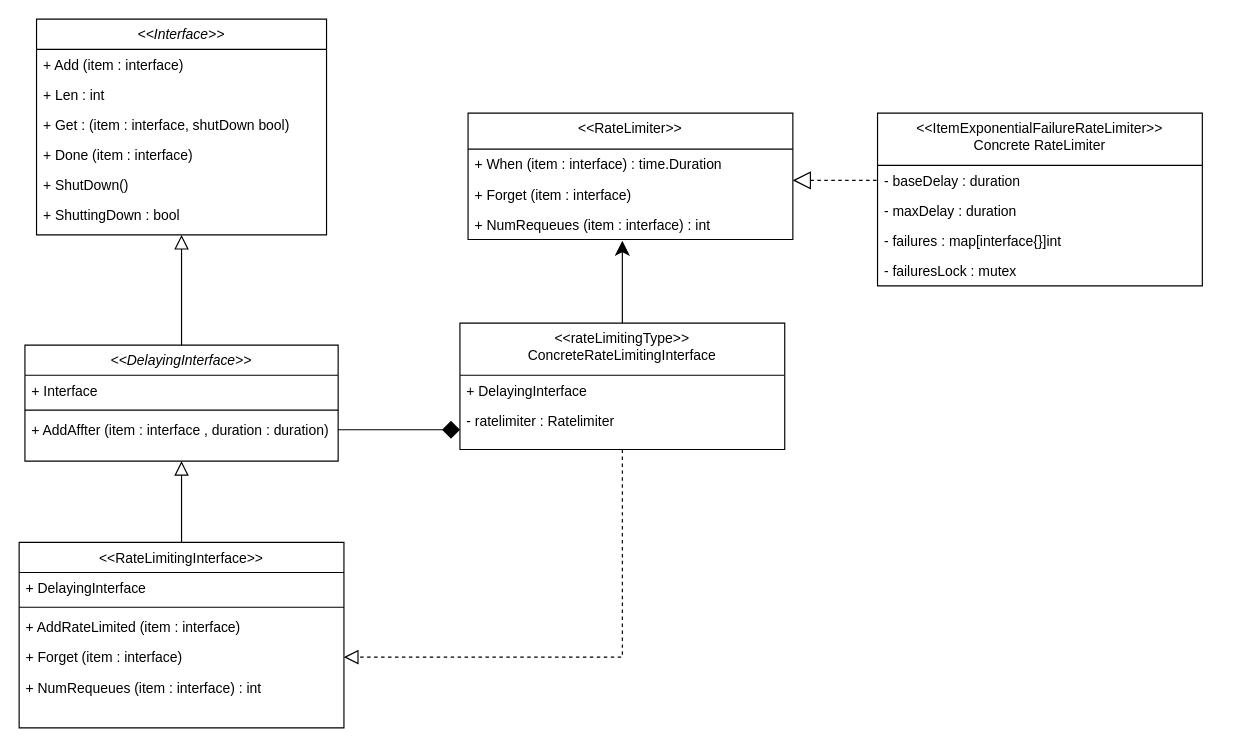
MengZn/MengZn.github.io keeps this draw.io diagram as images/post/post-draw/kubernetes-ItemExponentialFailureRateLimiter-queue.drawio. Above is the earlier version. Source tidied: cells renumbered, new cells numbered last; positions are measured from the earlier drawing's top-left corner, leaving out a move shared by most shapes. Both pictures are drawn from the tidied source at 116%, with x=0, y=0 at pixel (19, 19).
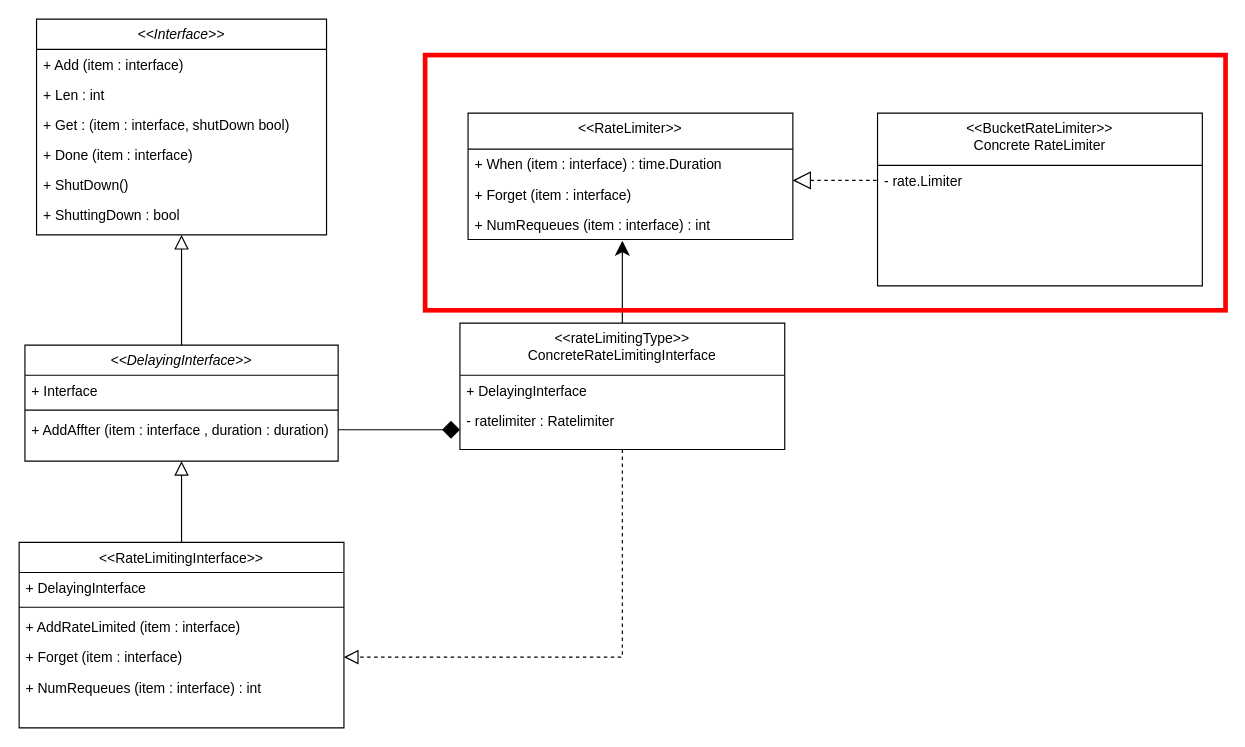
The same page after the edit.

Change to the diagram source:
```diff
@@
-    <mxCell id="32" value="&lt;&lt;ItemExponentialFailureRateLimiter&gt;&gt;&#10;Concrete RateLimiter" style="swimlane;fontStyle=0;align=center;verticalAlign=top;horizontal=1;startSize=45;rounded=0;shadow=0;strokeWidth=1;" parent="1" vertex="1">
+    <mxCell id="32" value="&lt;&lt;BucketRateLimiter&gt;&gt;&#10;Concrete RateLimiter" style="swimlane;fontStyle=0;align=center;verticalAlign=top;horizontal=1;startSize=45;rounded=0;shadow=0;strokeWidth=1;" parent="1" vertex="1">
       <mxGeometry x="740" y="81" width="280" height="149" as="geometry" />
     </mxCell>
-    <mxCell id="33" value="- baseDelay : duration" style="text;align=left;verticalAlign=top;spacingLeft=4;spacingRight=4;overflow=hidden;points=[[0,0.5],[1,0.5]];portConstraint=eastwest;" parent="32" vertex="1">
+    <mxCell id="33" value="- rate.Limiter" style="text;align=left;verticalAlign=top;spacingLeft=4;spacingRight=4;overflow=hidden;points=[[0,0.5],[1,0.5]];portConstraint=eastwest;" parent="32" vertex="1">
       <mxGeometry y="45" width="280" height="26" as="geometry" />
     </mxCell>
-    <mxCell id="34" value="- maxDelay : duration" style="text;align=left;verticalAlign=top;spacingLeft=4;spacingRight=4;overflow=hidden;" parent="32" vertex="1">
-      <mxGeometry y="71" width="280" height="26" as="geometry" />
-    </mxCell>
-    <mxCell id="35" value="- failures : map[interface{}]int" style="text;align=left;verticalAlign=top;spacingLeft=4;spacingRight=4;overflow=hidden;" parent="32" vertex="1">
-      <mxGeometry y="97" width="280" height="26" as="geometry" />
-    </mxCell>
-    <mxCell id="36" value="- failuresLock : mutex" style="text;align=left;verticalAlign=top;spacingLeft=4;spacingRight=4;overflow=hidden;" parent="32" vertex="1">
-      <mxGeometry y="123" width="280" height="26" as="geometry" />
-    </mxCell>
-    <mxCell id="37" style="rounded=0;whiteSpace=wrap;html=1;fillColor=none;strokeColor=none;" parent="1" vertex="1">
-      <mxGeometry x="340" y="44" width="700" height="217" as="geometry" />
-    </mxCell>
+    <mxCell id="38" style="whiteSpace=wrap;html=1;fillColor=none;strokeColor=#FF0000;strokeWidth=4;" parent="1" vertex="1">
+      <mxGeometry x="350" y="31" width="690" height="220" as="geometry" />
+    </mxCell>
```
